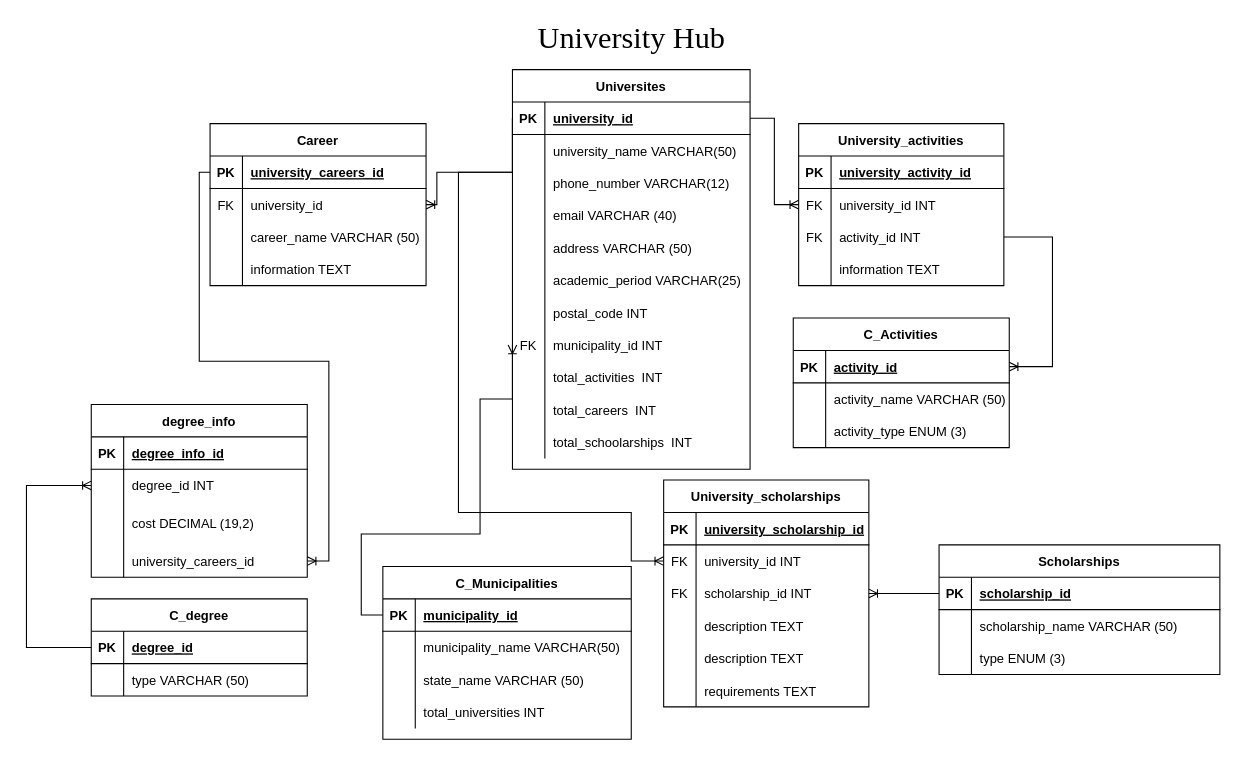
University-Hub/Entity-Relationship-Model keeps this draw.io diagram as Untitled Diagram.drawio. Above is the earlier version. Source tidied: cells renumbered, new cells numbered last; positions are measured from the earlier drawing's top-left corner, leaving out a move shared by most shapes. Both pictures are drawn from the tidied source at 108%, with x=0, y=0 at pixel (26, 26).
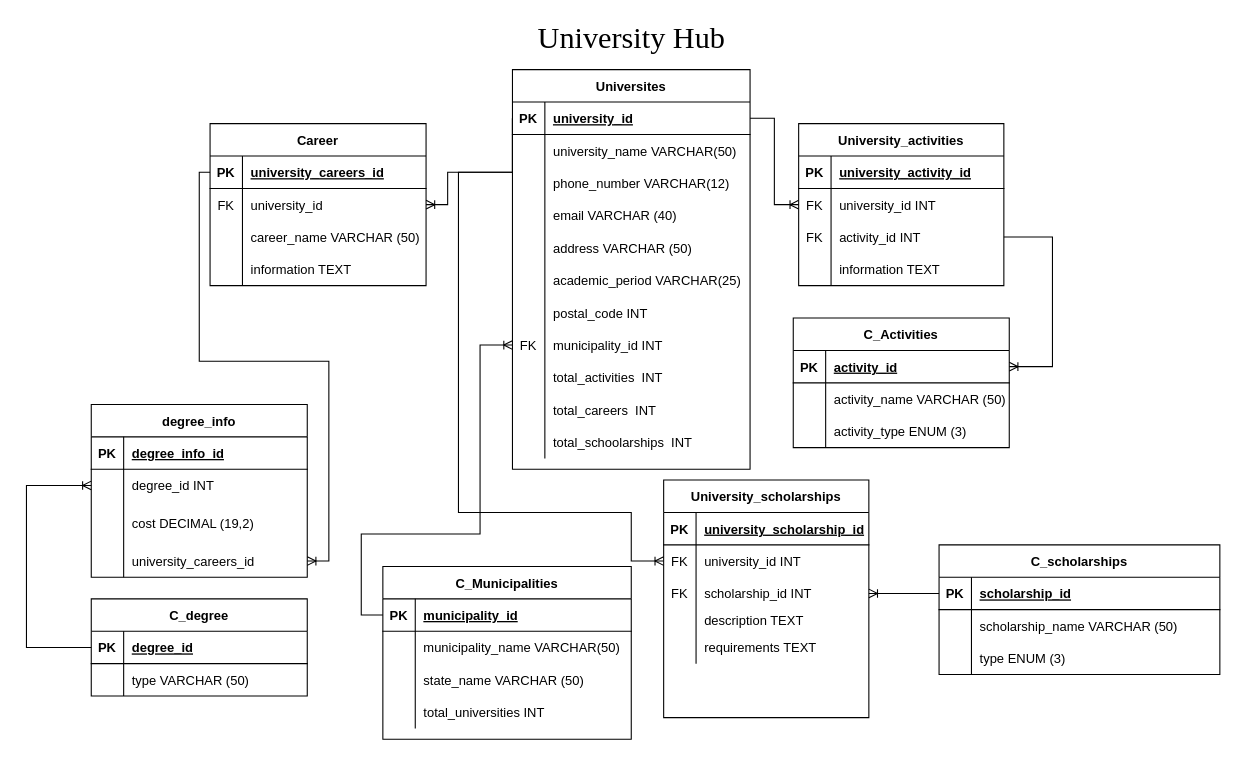
Above is the later version.

Unchanged cells that the change refers to:
```xml
<mxCell id="54" style="shape=partialRectangle;fillColor=none;top=0;left=0;bottom=1;right=0;points=[[0,0.5],[1,0.5]];portConstraint=eastwest;" parent="53" vertex="1">
  <mxGeometry y="30" width="230" height="30" as="geometry" />
</mxCell>
<mxCell id="100" style="shape=partialRectangle;fillColor=none;top=0;left=0;bottom=0;right=0;points=[[0,0.5],[1,0.5]];portConstraint=eastwest;" parent="96" vertex="1">
  <mxGeometry y="60" width="200" height="30" as="geometry" />
</mxCell>
<mxCell id="110" style="shape=partialRectangle;fillColor=none;top=0;left=0;bottom=1;right=0;points=[[0,0.5],[1,0.5]];portConstraint=eastwest;" parent="109" vertex="1">
  <mxGeometry y="30" width="220" height="30" as="geometry" />
</mxCell>
<mxCell id="131" style="shape=partialRectangle;fillColor=none;top=0;left=0;bottom=0;right=0;points=[[0,0.5],[1,0.5]];portConstraint=eastwest;" parent="109" vertex="1">
  <mxGeometry y="240" width="220" height="30" as="geometry" />
</mxCell>
```

The edit, as a diff of the source:
```diff
@@
     <mxCell id="3" style="edgeStyle=orthogonalEdgeStyle;rounded=0;jettySize=auto;html=1;exitX=0;exitY=0.5;exitDx=0;exitDy=0;entryX=1;entryY=0.5;entryDx=0;entryDy=0;startArrow=none;startFill=0;endArrow=ERoneToMany;endFill=0;" parent="1" edge="1" source="110" target="100">
       <mxGeometry relative="1" as="geometry">
         <Array as="points">
-          <mxPoint x="380" y="135" />
-          <mxPoint x="380" y="165" />
+          <mxPoint x="450" y="135" />
+          <mxPoint x="390" y="135" />
+          <mxPoint x="390" y="165" />
         </Array>
       </mxGeometry>
     </mxCell>
     <mxCell id="4" style="rounded=0;jettySize=auto;elbow=vertical;html=1;entryX=0;entryY=0.5;entryDx=0;entryDy=0;startArrow=none;startFill=0;endArrow=ERoneToMany;endFill=0;edgeStyle=orthogonalEdgeStyle;exitX=0;exitY=0.5;exitDx=0;exitDy=0;" parent="1" edge="1" source="54" target="131">
       <mxGeometry relative="1" as="geometry">
         <Array as="points">
           <mxPoint x="310" y="545" />
           <mxPoint x="310" y="470" />
           <mxPoint x="420" y="470" />
-          <mxPoint x="420" y="345" />
+          <mxPoint x="420" y="295" />
         </Array>
       </mxGeometry>
     </mxCell>
@@
     <mxCell id="24" value="University_scholarships" style="shape=table;startSize=30;childLayout=tableLayout;rowLines=0;fontStyle=1;align=center;" parent="1" vertex="1">
-      <mxGeometry x="590" y="420" width="190" height="210" as="geometry" />
+      <mxGeometry x="590" y="420" width="190" height="220" as="geometry" />
     </mxCell>
@@
     <mxCell id="34" style="shape=partialRectangle;fillColor=none;top=0;left=0;bottom=0;right=0;" parent="24" vertex="1">
-      <mxGeometry y="120" width="190" height="30" as="geometry" />
+      <mxGeometry y="120" width="190" height="20" as="geometry" />
     </mxCell>
     <mxCell id="35" style="shape=partialRectangle;fillColor=none;top=0;left=0;bottom=0;right=0;overflow=hidden;" parent="34" vertex="1">
-      <mxGeometry width="30" height="30" as="geometry" />
+      <mxGeometry width="30" height="20" as="geometry" />
     </mxCell>
     <mxCell id="36" value="description TEXT" style="shape=partialRectangle;fillColor=none;top=0;left=0;bottom=0;right=0;align=left;spacingLeft=6;overflow=hidden;" parent="34" vertex="1">
-      <mxGeometry x="30" width="160" height="30" as="geometry" />
+      <mxGeometry x="30" width="160" height="20" as="geometry" />
     </mxCell>
-    <mxCell id="37" style="shape=partialRectangle;fillColor=none;top=0;left=0;bottom=0;right=0;" parent="24" vertex="1">
-      <mxGeometry y="150" width="190" height="30" as="geometry" />
-    </mxCell>
-    <mxCell id="38" style="shape=partialRectangle;fillColor=none;top=0;left=0;bottom=0;right=0;overflow=hidden;" parent="37" vertex="1">
-      <mxGeometry width="30" height="30" as="geometry" />
-    </mxCell>
-    <mxCell id="39" value="description TEXT" style="shape=partialRectangle;fillColor=none;top=0;left=0;bottom=0;right=0;align=left;spacingLeft=6;overflow=hidden;" parent="37" vertex="1">
-      <mxGeometry x="30" width="160" height="30" as="geometry" />
-    </mxCell>
     <mxCell id="40" style="shape=partialRectangle;fillColor=none;top=0;left=0;bottom=0;right=0;" parent="24" vertex="1">
-      <mxGeometry y="180" width="190" height="30" as="geometry" />
+      <mxGeometry y="140" width="190" height="30" as="geometry" />
     </mxCell>
@@
-    <mxCell id="43" value="Scholarships" style="shape=table;startSize=30;childLayout=tableLayout;rowLines=0;fontStyle=1;align=center;" parent="1" vertex="1">
+    <mxCell id="43" value="C_scholarships" style="shape=table;startSize=30;childLayout=tableLayout;rowLines=0;fontStyle=1;align=center;" parent="1" vertex="1">
       <mxGeometry x="845" y="480" width="260" height="120" as="geometry" />
     </mxCell>
```
